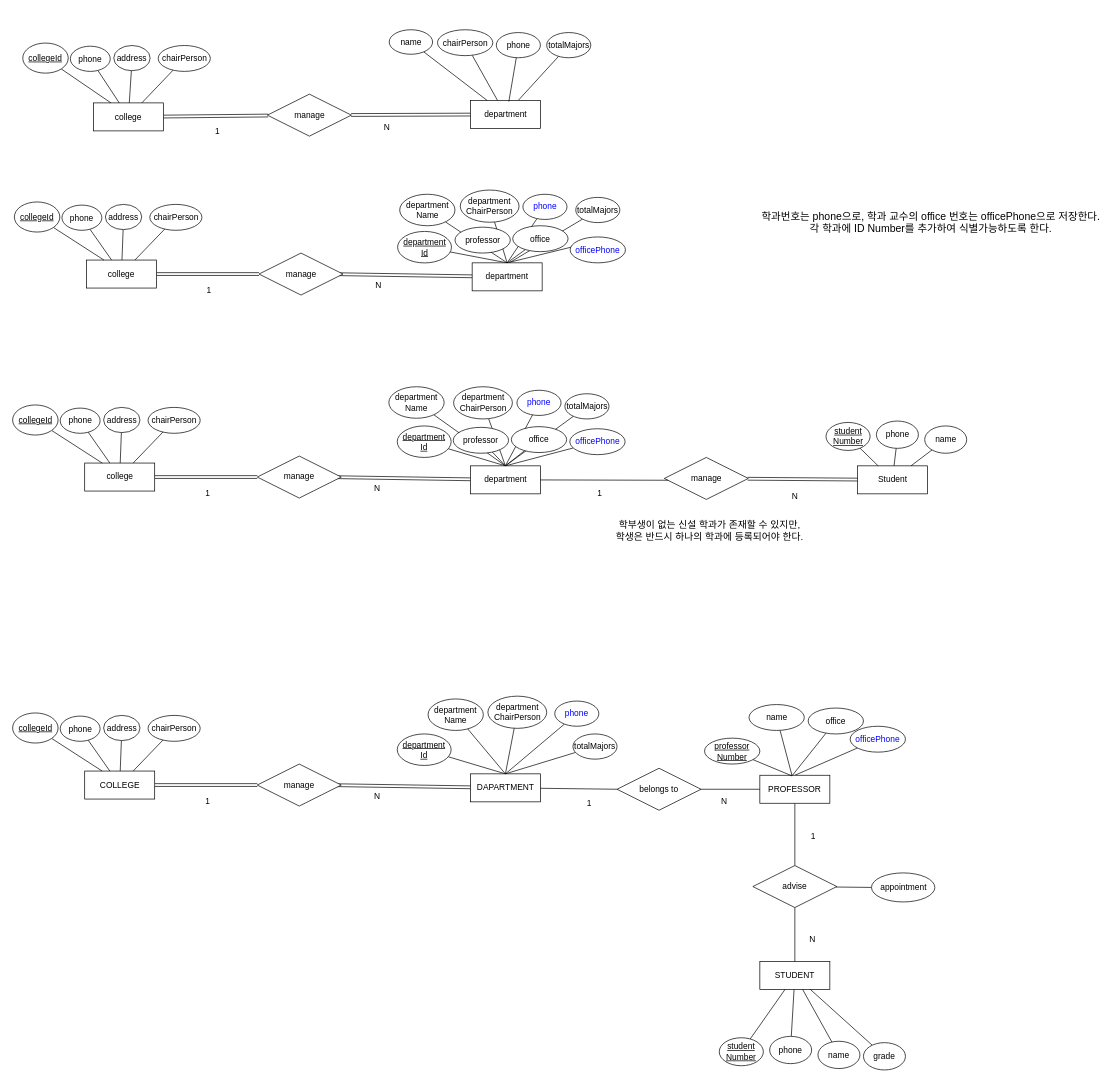
cobinding/draw.io_collection keeps this draw.io diagram as DBStudio/DBStudio_Ass5_HighUniv.drawio. Above is the earlier version. Source tidied: cells renumbered, new cells numbered last; positions are measured from the earlier drawing's top-left corner, leaving out a move shared by most shapes. Both pictures are drawn from the tidied source at 70%, with x=0, y=0 at pixel (12, 29).
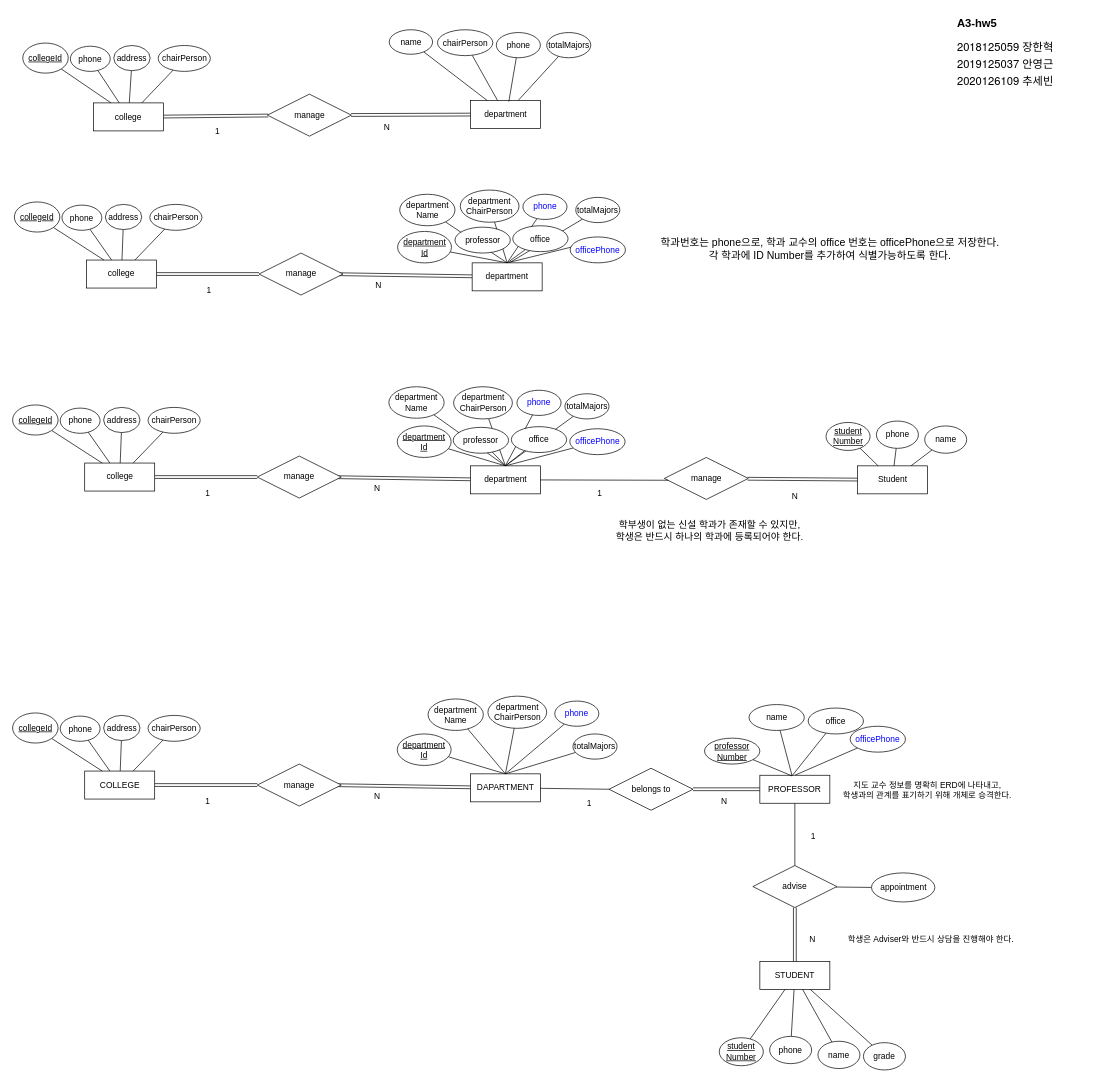
The same diagram, later.

Unchanged cells that the change refers to:
```xml
<mxCell id="139" value="STUDENT" style="whiteSpace=wrap;html=1;align=center;" parent="1" vertex="1">
  <mxGeometry x="1068" y="1331" width="100" height="40" as="geometry" />
</mxCell>
<mxCell id="149" value="PROFESSOR" style="whiteSpace=wrap;html=1;align=center;" parent="1" vertex="1">
  <mxGeometry x="1068" y="1065" width="100" height="40" as="geometry" />
</mxCell>
<mxCell id="152" value="advise" style="shape=rhombus;perimeter=rhombusPerimeter;whiteSpace=wrap;html=1;align=center;" parent="1" vertex="1">
  <mxGeometry x="1058" y="1194" width="120" height="60" as="geometry" />
</mxCell>
```

The edit, as a diff of the source:
```diff
@@
     <mxCell id="40" value="&lt;font style=&quot;font-size: 15px;&quot;&gt;학과번호는 phone으로, 학과 교수의 office 번호는 officePhone으로 저장한다.&lt;/font&gt;&lt;div&gt;&lt;span style=&quot;font-size: 15px;&quot;&gt;각 학과에 ID Number를 추가하여 식별가능하도록 한다.&lt;/span&gt;&lt;/div&gt;" style="text;html=1;align=center;verticalAlign=middle;strokeColor=none;fillColor=none;" parent="1" vertex="1">
-      <mxGeometry x="1069" y="251" width="485" height="48" as="geometry" />
+      <mxGeometry x="925" y="289" width="485" height="48" as="geometry" />
     </mxCell>
@@
-    <mxCell id="146" style="rounded=0;jettySize=auto;html=1;entryX=0;entryY=0.5;entryDx=0;entryDy=0;endArrow=none;endFill=0;exitX=1;exitY=0.5;exitDx=0;exitDy=0;" parent="1" edge="1" source="147" target="149">
+    <mxCell id="146" style="rounded=0;jettySize=auto;html=1;entryX=0;entryY=0.5;entryDx=0;entryDy=0;endArrow=none;endFill=0;exitX=1;exitY=0.5;exitDx=0;exitDy=0;shape=link;" parent="1" edge="1" source="147" target="149">
       <mxGeometry relative="1" as="geometry" />
     </mxCell>
     <mxCell id="147" value="belongs to" style="shape=rhombus;perimeter=rhombusPerimeter;whiteSpace=wrap;html=1;align=center;" parent="1" vertex="1">
-      <mxGeometry x="864" y="1055" width="120" height="60" as="geometry" />
+      <mxGeometry x="852.5" y="1055" width="120" height="60" as="geometry" />
     </mxCell>
@@
-    <mxCell id="150" style="rounded=0;jettySize=auto;html=1;endArrow=none;endFill=0;exitX=0.5;exitY=1;exitDx=0;exitDy=0;" parent="1" edge="1" source="152" target="139">
+    <mxCell id="150" style="rounded=0;jettySize=auto;html=1;endArrow=none;endFill=0;exitX=0.5;exitY=1;exitDx=0;exitDy=0;shape=link;" parent="1" edge="1" source="152" target="139">
       <mxGeometry relative="1" as="geometry" />
     </mxCell>
@@
+    <mxCell id="165" value="학생은 Adviser와 반드시 상담을 진행해야 한다." style="text;html=1;align=center;verticalAlign=middle;strokeColor=none;fillColor=none;" parent="1" vertex="1">
+      <mxGeometry x="1189.5" y="1286" width="244" height="26" as="geometry" />
+    </mxCell>
+    <mxCell id="166" value="&lt;h1 style=&quot;margin-top: 0px; font-size: 16px;&quot;&gt;&lt;font style=&quot;font-size: 16px;&quot;&gt;A3-hw5&lt;/font&gt;&lt;/h1&gt;&lt;div style=&quot;font-size: 16px;&quot;&gt;&lt;p style=&quot;margin: 0px; font-variant-numeric: normal; font-variant-east-asian: normal; font-variant-alternates: normal; font-kerning: auto; font-optical-sizing: auto; font-feature-settings: normal; font-variation-settings: normal; font-variant-position: normal; font-stretch: normal; line-height: normal; font-family: &amp;quot;Helvetica Neue&amp;quot;;&quot; class=&quot;p1&quot;&gt;&lt;font style=&quot;font-size: 16px;&quot;&gt;2018125059 &lt;span style=&quot;font-variant-numeric: normal; font-variant-east-asian: normal; font-variant-alternates: normal; font-kerning: auto; font-optical-sizing: auto; font-feature-settings: normal; font-variation-settings: normal; font-variant-position: normal; font-stretch: normal; line-height: normal; font-family: &amp;quot;Apple SD Gothic Neo&amp;quot;;&quot; class=&quot;s1&quot;&gt;장한혁&lt;/span&gt;&lt;/font&gt;&lt;/p&gt;&lt;p style=&quot;margin: 0px; font-variant-numeric: normal; font-variant-east-asian: normal; font-variant-alternates: normal; font-kerning: auto; font-optical-sizing: auto; font-feature-settings: normal; font-variation-settings: normal; font-variant-position: normal; font-stretch: normal; line-height: normal; font-family: &amp;quot;Helvetica Neue&amp;quot;;&quot; class=&quot;p1&quot;&gt;&lt;font style=&quot;font-size: 16px;&quot;&gt;2019125037 &lt;span style=&quot;font-variant-numeric: normal; font-variant-east-asian: normal; font-variant-alternates: normal; font-kerning: auto; font-optical-sizing: auto; font-feature-settings: normal; font-variation-settings: normal; font-variant-position: normal; font-stretch: normal; line-height: normal; font-family: &amp;quot;Apple SD Gothic Neo&amp;quot;;&quot; class=&quot;s1&quot;&gt;안영근&lt;/span&gt;&lt;/font&gt;&lt;/p&gt;&lt;p style=&quot;margin: 0px; font-variant-numeric: normal; font-variant-east-asian: normal; font-variant-alternates: normal; font-kerning: auto; font-optical-sizing: auto; font-feature-settings: normal; font-variation-settings: normal; font-variant-position: normal; font-stretch: normal; line-height: normal; font-family: &amp;quot;Helvetica Neue&amp;quot;;&quot; class=&quot;p1&quot;&gt;&lt;font style=&quot;font-size: 16px;&quot;&gt;2020126109 &lt;span style=&quot;font-variant-numeric: normal; font-variant-east-asian: normal; font-variant-alternates: normal; font-kerning: auto; font-optical-sizing: auto; font-feature-settings: normal; font-variation-settings: normal; font-variant-position: normal; font-stretch: normal; line-height: normal; font-family: &amp;quot;Apple SD Gothic Neo&amp;quot;;&quot; class=&quot;s1&quot;&gt;추세빈&lt;/span&gt;&lt;/font&gt;&lt;/p&gt;&lt;/div&gt;" style="text;html=1;whiteSpace=wrap;overflow=hidden;rounded=0;" parent="1" vertex="1">
+      <mxGeometry x="1348" y="-25" width="180" height="129" as="geometry" />
+    </mxCell>
+    <mxCell id="167" value="지도 교수 정보를 명확히 ERD에 나타내고,&lt;div&gt;학생과의 관계를 표기하기 위해 개체로 승격한다.&lt;/div&gt;" style="text;html=1;align=center;verticalAlign=middle;strokeColor=none;fillColor=none;" parent="1" vertex="1">
+      <mxGeometry x="1184" y="1065" width="246" height="41" as="geometry" />
+    </mxCell>
```
